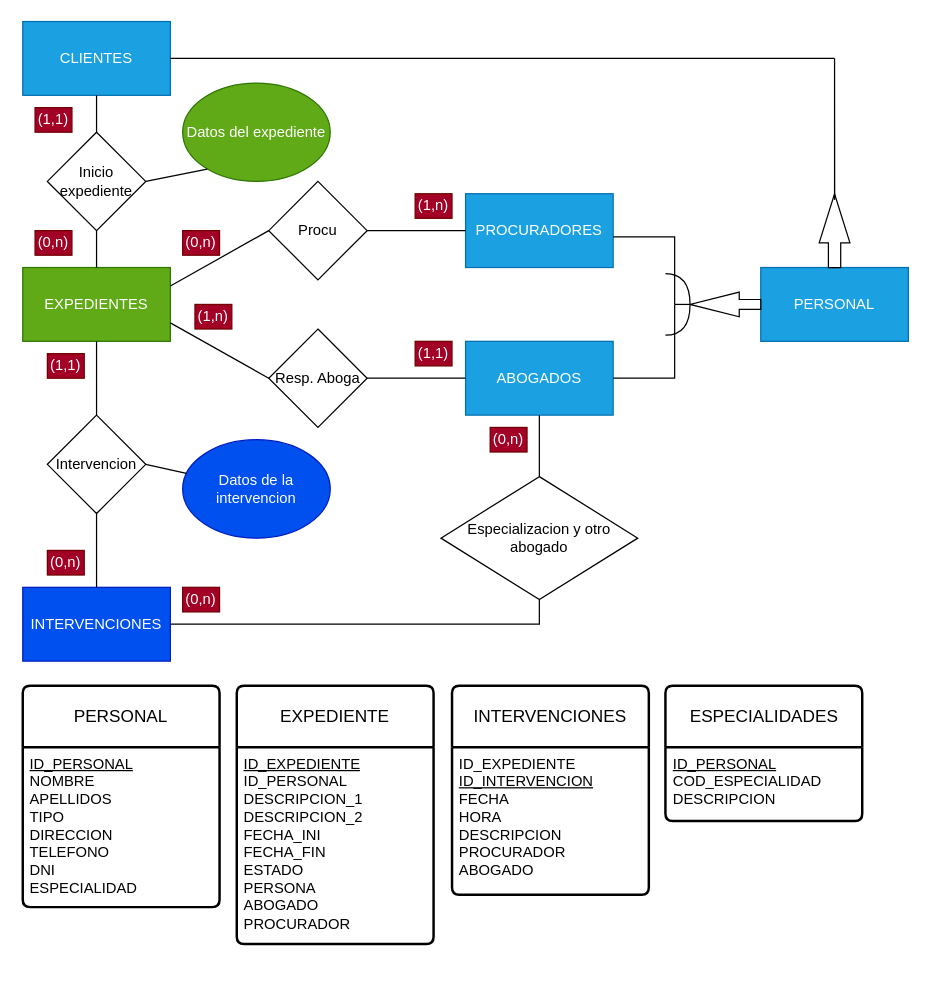
Earlier version of the draw.io diagram Ejercicio08.drawio (alfredosicre/BaseDatos). Source tidied: cells renumbered, new cells numbered last; positions are measured from the earlier drawing's top-left corner, leaving out a move shared by most shapes. Both pictures are drawn from the tidied source at 123%, with x=0, y=0 at pixel (22, 21).
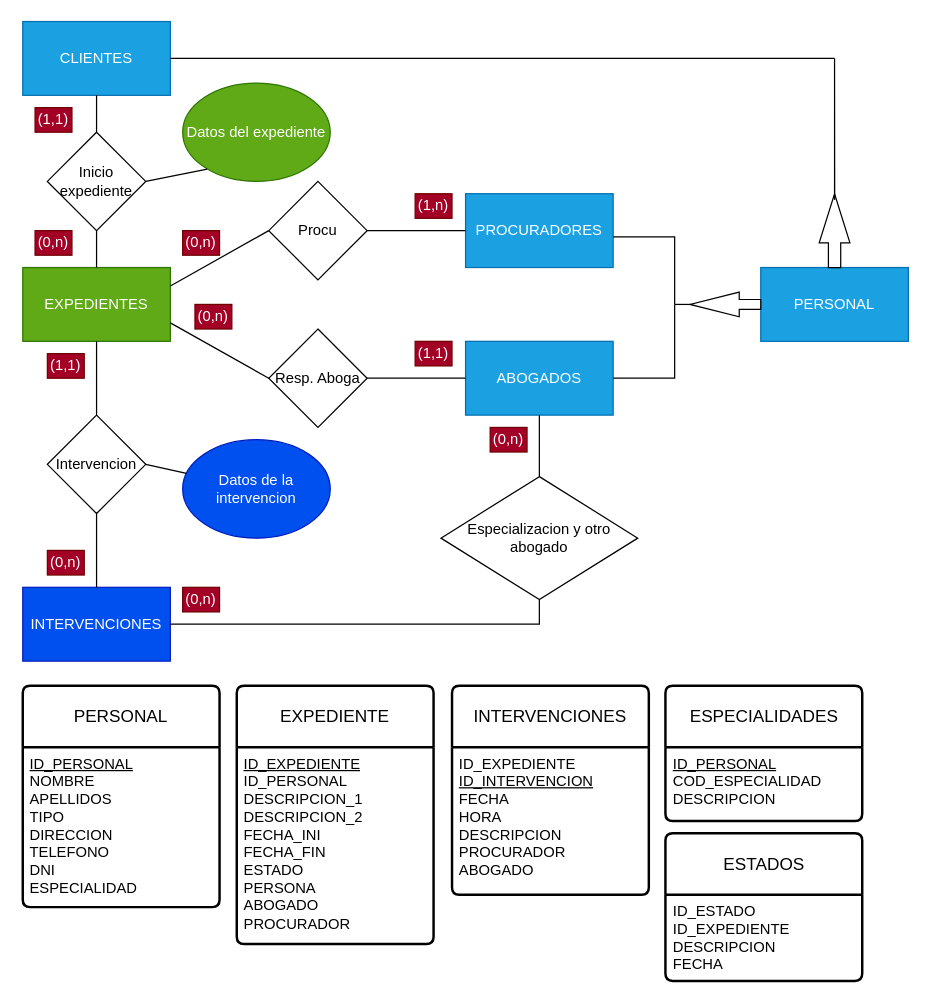
Above is the later version.

Change to the diagram source:
```diff
@@
-    <mxCell id="32" value="(1,n)" style="rounded=0;whiteSpace=wrap;html=1;fillColor=#a20025;fontColor=#ffffff;strokeColor=#6F0000;" parent="1" vertex="1">
+    <mxCell id="32" value="(0,n)" style="rounded=0;whiteSpace=wrap;html=1;fillColor=#a20025;fontColor=#ffffff;strokeColor=#6F0000;" parent="1" vertex="1">
       <mxGeometry x="140" y="230" width="30" height="20" as="geometry" />
     </mxCell>
@@
-    <mxCell id="44" style="shape=requiredInterface;html=1;verticalLabelPosition=bottom;sketch=0;rotation=0;" parent="1" vertex="1">
-      <mxGeometry x="522.5" y="205" width="20" height="50" as="geometry" />
-    </mxCell>
@@
+    <mxCell id="54" value="ESTADOS" style="swimlane;horizontal=1;startSize=50;rounded=1;fontSize=14;fontStyle=0;strokeWidth=2;shadow=0;dashed=0;align=center;arcSize=4;whiteSpace=wrap;html=1;" parent="1" vertex="1">
+      <mxGeometry x="522.5" y="660" width="160" height="120" as="geometry" />
+    </mxCell>
+    <mxCell id="55" value="ID_ESTADO&lt;div&gt;ID_EXPEDIENTE&lt;br&gt;&lt;div&gt;DESCRIPCION&lt;/div&gt;&lt;div&gt;FECHA&lt;/div&gt;&lt;/div&gt;" style="align=left;strokeColor=none;fillColor=none;spacingLeft=4;spacingRight=4;fontSize=12;verticalAlign=top;html=1;whiteSpace=wrap;" parent="54" vertex="1">
+      <mxGeometry y="50" width="160" height="70" as="geometry" />
+    </mxCell>
```
